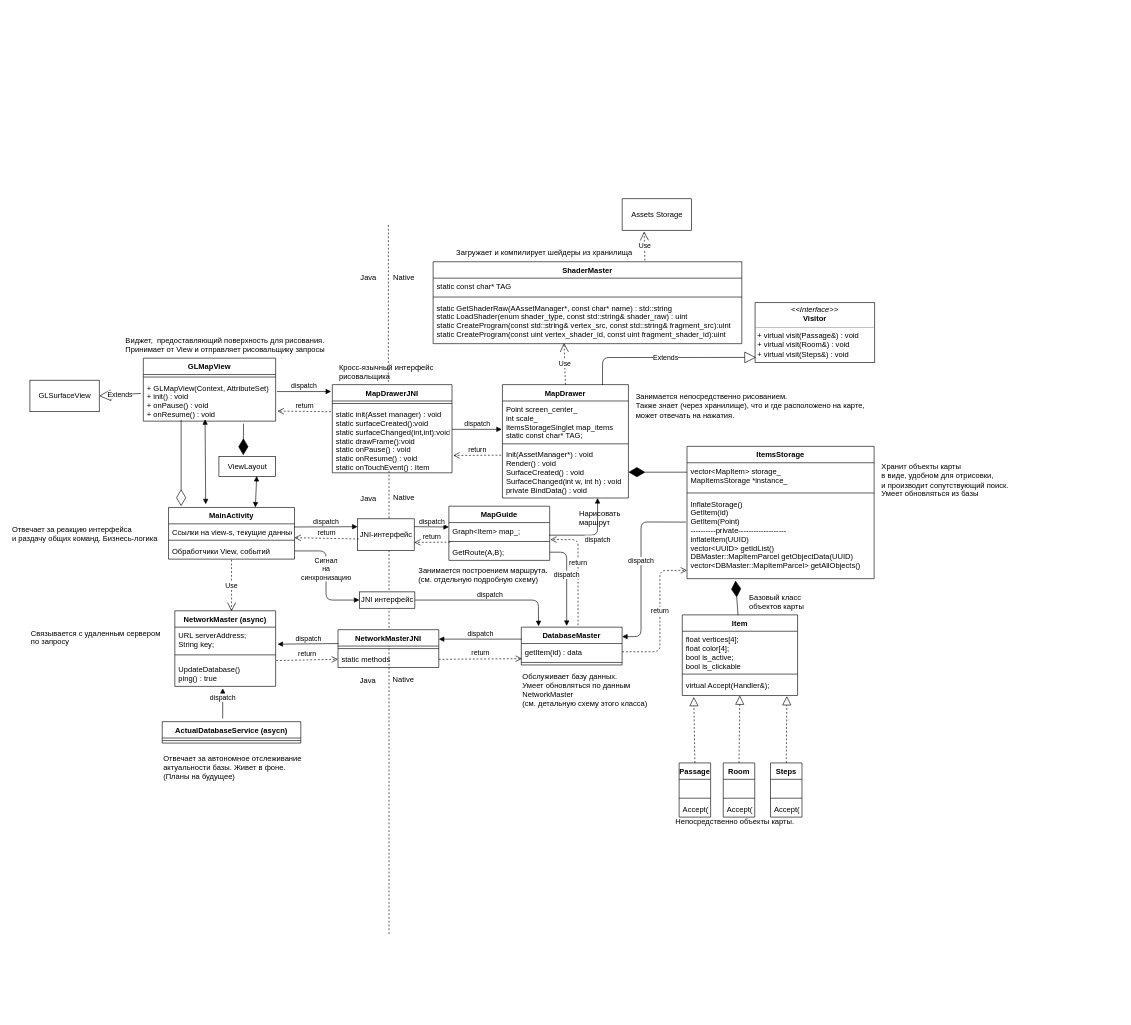
Earlier version of the draw.io diagram Android App/Untitled Diagram.drawio (tamerlanchik/FoxCode). Source tidied: cells renumbered, new cells numbered last; positions are measured from the earlier drawing's top-left corner, leaving out a move shared by most shapes. Both pictures are drawn from the tidied source at 63%, with x=0, y=0 at pixel (11, 198).
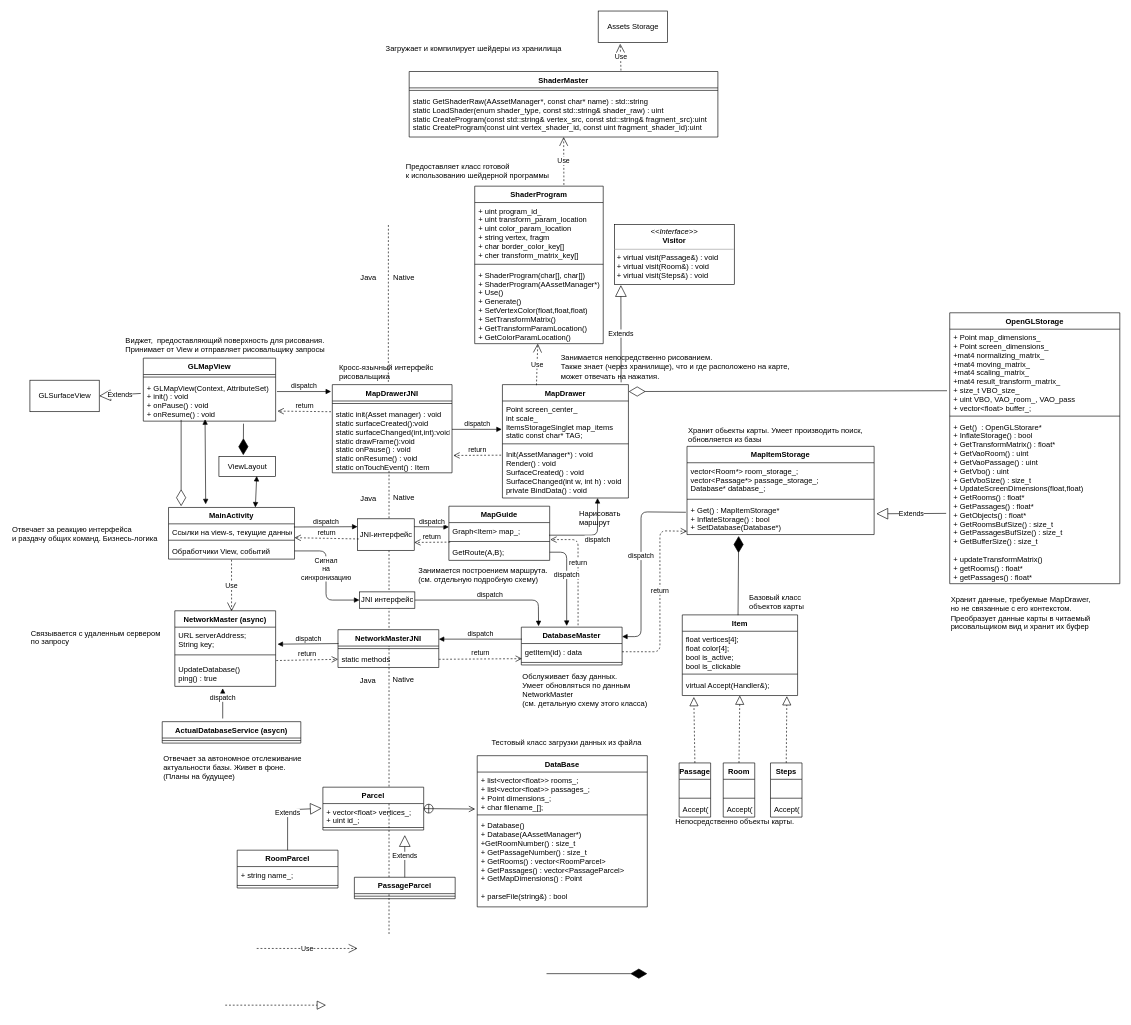
After the change.

The change refers to these unchanged cells:
```xml
<mxCell id="6" value="MapDrawer" style="swimlane;fontStyle=1;align=center;verticalAlign=top;horizontal=1;startSize=26;" parent="1" vertex="1">
  <mxGeometry x="780" y="295" width="200" height="180" as="geometry" />
</mxCell>
<mxCell id="9" value="Init(AssetManager*) : void&#10;Render() : void&#10;SurfaceCreated() : void&#10;SurfaceChanged(int w, int h) : void&#10;private BindData() : void&#10;&#10;" style="text;strokeColor=none;fillColor=none;align=left;verticalAlign=top;spacingLeft=4;spacingRight=4;overflow=hidden;points=[[0,0.5],[1,0.5]];portConstraint=eastwest;" parent="6" vertex="1">
  <mxGeometry y="98" width="200" height="82" as="geometry" />
</mxCell>
<mxCell id="42" value="DatabaseMaster" style="swimlane;fontStyle=1;align=center;verticalAlign=top;horizontal=1;startSize=26;" parent="1" vertex="1">
  <mxGeometry x="810" y="680" width="160" height="60" as="geometry" />
</mxCell>
<mxCell id="43" value="getItem(id) : data" style="text;strokeColor=none;fillColor=none;align=left;verticalAlign=top;spacingLeft=4;spacingRight=4;overflow=hidden;points=[[0,0.5],[1,0.5]];portConstraint=eastwest;" parent="42" vertex="1">
  <mxGeometry y="26" width="160" height="26" as="geometry" />
</mxCell>
```

Change to the diagram source:
```diff
@@
-    <mxCell id="10" value="ItemsStorage&#10;&#10;" style="swimlane;fontStyle=1;align=center;verticalAlign=top;horizontal=1;startSize=26;" parent="1" vertex="1">
-      <mxGeometry x="1073" y="393" width="297" height="210" as="geometry" />
+    <mxCell id="10" value="MapItemStorage&#10;&#10;" style="swimlane;fontStyle=1;align=center;verticalAlign=top;horizontal=1;startSize=26;" parent="1" vertex="1">
+      <mxGeometry x="1073" y="393" width="297" height="140" as="geometry" />
     </mxCell>
-    <mxCell id="11" value="vector&lt;MapItem&gt; storage_&#10;MapItemsStorage *instance_" style="text;strokeColor=none;fillColor=none;align=left;verticalAlign=top;spacingLeft=4;spacingRight=4;overflow=hidden;" parent="10" vertex="1">
-      <mxGeometry y="26" width="297" height="44" as="geometry" />
+    <mxCell id="11" value="vector&lt;Room*&gt; room_storage_;&#10;vector&lt;Passage*&gt; passage_storage_; &#10;Database* database_;&#10;&#10;" style="text;strokeColor=none;fillColor=none;align=left;verticalAlign=top;spacingLeft=4;spacingRight=4;overflow=hidden;" parent="10" vertex="1">
+      <mxGeometry y="26" width="297" height="54" as="geometry" />
     </mxCell>
     <mxCell id="12" style="line;strokeWidth=1;fillColor=none;align=left;verticalAlign=middle;spacingTop=-1;spacingLeft=3;spacingRight=3;labelPosition=right;" parent="10" vertex="1">
-      <mxGeometry y="70" width="297" height="8" as="geometry" />
+      <mxGeometry y="80" width="297" height="8" as="geometry" />
     </mxCell>
-    <mxCell id="13" value="InflateStorage()&#10;GetItem(id)&#10;GetItem(Point)&#10;----------private-------------------&#10;inflateItem(UUID)&#10;vector&lt;UUID&gt; getIdList()&#10;DBMaster::MapItemParcel getObjectData(UUID)&#10;vector&lt;DBMaster::MapItemParcel&gt; getAllObjects()&#10;" style="text;strokeColor=none;fillColor=none;align=left;verticalAlign=top;spacingLeft=4;spacingRight=4;overflow=hidden;points=[[0,0.5],[1,0.5]];portConstraint=eastwest;" parent="10" vertex="1">
-      <mxGeometry y="78" width="297" height="132" as="geometry" />
+    <mxCell id="13" value="+ Get() : MapItemStorage*&#10;+ InflateStorage() : bool&#10;+ SetDatabase(Database*)&#10;" style="text;strokeColor=none;fillColor=none;align=left;verticalAlign=top;spacingLeft=4;spacingRight=4;overflow=hidden;points=[[0,0.5],[1,0.5]];portConstraint=eastwest;" parent="10" vertex="1">
+      <mxGeometry y="88" width="297" height="52" as="geometry" />
     </mxCell>
@@
-    <mxCell id="18" style="endArrow=diamondThin;endFill=1;endSize=24;html=1;" parent="1" edge="1">
+    <mxCell id="18" style="endArrow=diamondThin;endFill=1;endSize=24;html=1;entryX=0.276;entryY=1.045;entryDx=0;entryDy=0;entryPerimeter=0;" parent="1" edge="1" target="13">
       <mxGeometry relative="1" as="geometry">
         <mxPoint x="1154" y="661" as="sourcePoint" />
-        <mxPoint x="1150" y="606" as="targetPoint" />
       </mxGeometry>
     </mxCell>
@@
     <mxCell id="55" value="ShaderMaster" style="swimlane;fontStyle=1;align=center;verticalAlign=top;horizontal=1;startSize=26;" parent="1" vertex="1">
-      <mxGeometry x="670" y="100" width="490" height="130" as="geometry" />
+      <mxGeometry x="632" y="-202" width="490" height="104" as="geometry" />
     </mxCell>
-    <mxCell id="56" value="static const char* TAG" style="text;strokeColor=none;fillColor=none;align=left;verticalAlign=top;spacingLeft=4;spacingRight=4;overflow=hidden;" parent="55" vertex="1">
-      <mxGeometry y="26" width="490" height="26" as="geometry" />
-    </mxCell>
     <mxCell id="57" style="line;strokeWidth=1;fillColor=none;align=left;verticalAlign=middle;spacingTop=-1;spacingLeft=3;spacingRight=3;labelPosition=right;" parent="55" vertex="1">
-      <mxGeometry y="52" width="490" height="8" as="geometry" />
+      <mxGeometry y="26" width="490" height="8" as="geometry" />
     </mxCell>
     <mxCell id="58" value="static GetShaderRaw(AAssetManager*, const char* name) : std::string&#10;static LoadShader(enum shader_type, const std::string&amp; shader_raw) : uint&#10;static CreateProgram(const std::string&amp; vertex_src, const std::string&amp; fragment_src):uint&#10;static CreateProgram(const uint vertex_shader_id, const uint fragment_shader_id):uint&#10;" style="text;strokeColor=none;fillColor=none;align=left;verticalAlign=top;spacingLeft=4;spacingRight=4;overflow=hidden;points=[[0,0.5],[1,0.5]];portConstraint=eastwest;" parent="55" vertex="1">
-      <mxGeometry y="60" width="490" height="70" as="geometry" />
+      <mxGeometry y="34" width="490" height="70" as="geometry" />
     </mxCell>
-    <mxCell id="59" value="Use" style="endArrow=open;endSize=12;dashed=1;html=1;exitX=0.5;exitY=0;exitDx=0;exitDy=0;entryX=0.424;entryY=0.986;entryDx=0;entryDy=0;entryPerimeter=0;" parent="1" edge="1" source="6" target="58">
-      <mxGeometry relative="1" as="geometry" />
-    </mxCell>
@@
     <mxCell id="70" value="Assets Storage" style="html=1;" parent="1" vertex="1">
-      <mxGeometry x="970" width="110" height="50" as="geometry" />
+      <mxGeometry x="932" y="-298" width="110" height="50" as="geometry" />
     </mxCell>
@@
     <mxCell id="78" value="Занимается непосредственно рисованием.&lt;br&gt;Также знает (через хранилище), что и где расположено на карте,&lt;br&gt;может отвечать на нажатия.&lt;br&gt;" style="text;html=1;align=left;verticalAlign=top;spacingTop=-4;" parent="1" vertex="1">
-      <mxGeometry x="990" y="305" width="380" height="40" as="geometry" />
+      <mxGeometry x="870.5" y="242.5" width="380" height="40" as="geometry" />
     </mxCell>
     <mxCell id="79" value="Загружает и компилирует шейдеры из хранилища" style="text;html=1;align=left;verticalAlign=top;spacingTop=-4;" parent="1" vertex="1">
-      <mxGeometry x="705" y="76" width="290" height="20" as="geometry" />
+      <mxGeometry x="593" y="-248" width="290" height="20" as="geometry" />
     </mxCell>
-    <mxCell id="80" value="Хранит объекты карты&lt;br&gt;в виде, удобном для отрисовки,&lt;br&gt;и производит сопутствующий поиск.&lt;br&gt;Умеет обновляться из базы&lt;br&gt;" style="text;html=1;align=left;verticalAlign=top;spacingTop=-4;" parent="1" vertex="1">
-      <mxGeometry x="1380" y="415.5" width="220" height="60" as="geometry" />
+    <mxCell id="80" value="Хранит обьекты карты. Умеет производить поиск,&lt;br&gt;обновляется из базы&lt;br&gt;" style="text;html=1;align=left;verticalAlign=top;spacingTop=-4;" parent="1" vertex="1">
+      <mxGeometry x="1073" y="359" width="290" height="30" as="geometry" />
     </mxCell>
@@
     <mxCell id="97" value="return" style="html=1;verticalAlign=bottom;endArrow=open;dashed=1;endSize=8;exitX=1;exitY=0.5;exitDx=0;exitDy=0;entryX=0;entryY=0.9;entryDx=0;entryDy=0;entryPerimeter=0;" parent="1" edge="1" source="43" target="13">
       <mxGeometry relative="1" as="geometry">
         <Array as="points">
           <mxPoint x="1030" y="719" />
-          <mxPoint x="1030" y="590" />
+          <mxPoint x="1030" y="527" />
         </Array>
       </mxGeometry>
     </mxCell>
@@
     <mxCell id="100" value="dispatch" style="html=1;verticalAlign=bottom;endArrow=block;exitX=-0.006;exitY=0.32;exitDx=0;exitDy=0;exitPerimeter=0;entryX=1;entryY=0.25;entryDx=0;entryDy=0;" parent="1" edge="1" source="13" target="42">
       <mxGeometry relative="1" as="geometry">
         <Array as="points">
-          <mxPoint x="1000" y="513" />
+          <mxPoint x="1000" y="497" />
           <mxPoint x="1000" y="695" />
         </Array>
       </mxGeometry>
     </mxCell>
@@
-    <mxCell id="114" style="endArrow=diamondThin;endFill=1;endSize=24;html=1;entryX=1;entryY=0.5;entryDx=0;entryDy=0;" parent="1" edge="1" target="9">
-      <mxGeometry relative="1" as="geometry">
-        <mxPoint x="1073" y="434" as="sourcePoint" />
-      </mxGeometry>
-    </mxCell>
     <mxCell id="115" value="&lt;p style=&quot;margin: 0px ; margin-top: 4px ; text-align: center&quot;&gt;&lt;i&gt;&amp;lt;&amp;lt;Interface&amp;gt;&amp;gt;&lt;/i&gt;&lt;br&gt;&lt;b&gt;Visitor&lt;/b&gt;&lt;/p&gt;&lt;hr size=&quot;1&quot;&gt;&lt;p style=&quot;margin: 0px ; margin-left: 4px&quot;&gt;&lt;span&gt;+ virtual visit(Passage&amp;amp;) : void&lt;/span&gt;&lt;/p&gt;&lt;p style=&quot;margin: 0px ; margin-left: 4px&quot;&gt;&lt;span&gt;+ virtual visit(Room&amp;amp;) : void&lt;/span&gt;&lt;/p&gt;&lt;p style=&quot;margin: 0px ; margin-left: 4px&quot;&gt;&lt;span&gt;+ virtual visit(Steps&amp;amp;) : void&lt;/span&gt;&lt;/p&gt;" style="verticalAlign=top;align=left;overflow=fill;fontSize=12;fontFamily=Helvetica;html=1;" parent="1" vertex="1">
-      <mxGeometry x="1181" y="165" width="190" height="95" as="geometry" />
+      <mxGeometry x="958" y="41" width="190" height="95" as="geometry" />
     </mxCell>
-    <mxCell id="116" value="Extends" style="endArrow=block;endSize=16;endFill=0;html=1;exitX=0.794;exitY=0.004;exitDx=0;exitDy=0;exitPerimeter=0;entryX=0.009;entryY=0.914;entryDx=0;entryDy=0;entryPerimeter=0;" parent="1" edge="1" source="6" target="115">
+    <mxCell id="116" value="Extends" style="endArrow=block;endSize=16;endFill=0;html=1;exitX=0.942;exitY=-0.02;exitDx=0;exitDy=0;exitPerimeter=0;" parent="1" edge="1" source="6">
       <mxGeometry relative="1" as="geometry">
-        <Array as="points">
-          <mxPoint x="939" y="252" />
-        </Array>
+        <mxPoint x="968" y="137" as="targetPoint" />
       </mxGeometry>
     </mxCell>
+    <mxCell id="117" value="ShaderProgram" style="swimlane;fontStyle=1;align=center;verticalAlign=top;horizontal=1;startSize=26;" parent="1" vertex="1">
+      <mxGeometry x="736" y="-20" width="204" height="250" as="geometry" />
+    </mxCell>
+    <mxCell id="118" value="+ uint program_id_&#10;+ uint transform_param_location&#10;+ uint color_param_location&#10;+ string vertex, fragm&#10;+ char border_color_key[]&#10;+ cher transform_matrix_key[]" style="text;strokeColor=none;fillColor=none;align=left;verticalAlign=top;spacingLeft=4;spacingRight=4;overflow=hidden;" parent="117" vertex="1">
+      <mxGeometry y="26" width="204" height="94" as="geometry" />
+    </mxCell>
+    <mxCell id="119" style="line;strokeWidth=1;fillColor=none;align=left;verticalAlign=middle;spacingTop=-1;spacingLeft=3;spacingRight=3;labelPosition=right;" parent="117" vertex="1">
+      <mxGeometry y="120" width="204" height="8" as="geometry" />
+    </mxCell>
+    <mxCell id="120" value="+ ShaderProgram(char[], char[])&#10;+ ShaderProgram(AAssetManager*)&#10;+ Use()&#10;+ Generate()&#10;+ SetVertexColor(float,float,float)&#10;+ SetTransformMatrix()&#10;+ GetTransformParamLocation()&#10;+ GetColorParamLocation()&#10;" style="text;strokeColor=none;fillColor=none;align=left;verticalAlign=top;spacingLeft=4;spacingRight=4;overflow=hidden;points=[[0,0.5],[1,0.5]];portConstraint=eastwest;" parent="117" vertex="1">
+      <mxGeometry y="128" width="204" height="122" as="geometry" />
+    </mxCell>
+    <mxCell id="121" value="Предоставляет класс готовой&lt;br&gt;к использованию шейдерной программы" style="text;html=1;align=left;verticalAlign=top;spacingTop=-4;" parent="1" vertex="1">
+      <mxGeometry x="625" y="-60" width="240" height="30" as="geometry" />
+    </mxCell>
+    <mxCell id="122" value="Use" style="endArrow=open;endSize=12;dashed=1;html=1;" parent="1" edge="1">
+      <mxGeometry relative="1" as="geometry">
+        <mxPoint x="390" y="1190" as="sourcePoint" />
+        <mxPoint x="550" y="1190" as="targetPoint" />
+      </mxGeometry>
+    </mxCell>
+    <mxCell id="123" value="Use" style="endArrow=open;endSize=12;dashed=1;html=1;exitX=0.694;exitY=-0.008;exitDx=0;exitDy=0;exitPerimeter=0;" parent="1" edge="1" source="117" target="58">
+      <mxGeometry relative="1" as="geometry" />
+    </mxCell>
+    <mxCell id="124" value="Use" style="endArrow=open;endSize=12;dashed=1;html=1;" parent="1" edge="1" target="120">
+      <mxGeometry relative="1" as="geometry">
+        <mxPoint x="834" y="296" as="sourcePoint" />
+      </mxGeometry>
+    </mxCell>
+    <mxCell id="125" value="OpenGLStorage" style="swimlane;fontStyle=1;align=center;verticalAlign=top;horizontal=1;startSize=26;" parent="1" vertex="1">
+      <mxGeometry x="1490" y="181" width="270" height="430" as="geometry" />
+    </mxCell>
+    <mxCell id="126" value="+ Point map_dimensions_&#10;+ Point screen_dimensions_&#10;+mat4 normalizing_matrix_&#10;+mat4 moving_matrix_&#10;+mat4 scaling_matrix_&#10;+mat4 result_transform_matrix_&#10;+ size_t VBO_size_&#10;+ uint VBO, VAO_room_, VAO_pass&#10;+ vector&lt;float&gt; buffer_;" style="text;strokeColor=none;fillColor=none;align=left;verticalAlign=top;spacingLeft=4;spacingRight=4;overflow=hidden;points=[[0,0.5],[1,0.5]];portConstraint=eastwest;" parent="125" vertex="1">
+      <mxGeometry y="26" width="270" height="134" as="geometry" />
+    </mxCell>
+    <mxCell id="127" style="line;strokeWidth=1;fillColor=none;align=left;verticalAlign=middle;spacingTop=-1;spacingLeft=3;spacingRight=3;labelPosition=right;" parent="125" vertex="1">
+      <mxGeometry y="160" width="270" height="8" as="geometry" />
+    </mxCell>
+    <mxCell id="128" value="+ Get()  : OpenGLStorare*&#10;+ InflateStorage() : bool&#10;+ GetTransformMatrix() : float*&#10;+ GetVaoRoom() : uint&#10;+ GetVaoPassage() : uint&#10;+ GetVbo() : uint&#10;+ GetVboSize() : size_t&#10;+ UpdateScreenDimensions(float,float)&#10;+ GetRooms() : float*&#10;+ GetPassages() : float*&#10;+ GetObjects() : float*&#10;+ GetRoomsBufSize() : size_t&#10;+ GetPassagesBufSize() : size_t&#10;+ GetBufferSize() : size_t&#10;&#10;+ updateTransformMatrix()&#10;+ getRooms() : float*&#10;+ getPassages() : float*&#10;" style="text;strokeColor=none;fillColor=none;align=left;verticalAlign=top;spacingLeft=4;spacingRight=4;overflow=hidden;points=[[0,0.5],[1,0.5]];portConstraint=eastwest;" parent="125" vertex="1">
+      <mxGeometry y="168" width="270" height="262" as="geometry" />
+    </mxCell>
+    <mxCell id="129" style="endArrow=diamondThin;endFill=1;endSize=24;html=1;" parent="1" edge="1">
+      <mxGeometry relative="1" as="geometry">
+        <mxPoint x="850" y="1230" as="sourcePoint" />
+        <mxPoint x="1010" y="1230" as="targetPoint" />
+      </mxGeometry>
+    </mxCell>
+    <mxCell id="130" style="endArrow=diamondThin;endFill=0;endSize=24;html=1;entryX=1.002;entryY=0.061;entryDx=0;entryDy=0;entryPerimeter=0;exitX=-0.016;exitY=0.729;exitDx=0;exitDy=0;exitPerimeter=0;" parent="1" edge="1" source="126" target="6">
+      <mxGeometry relative="1" as="geometry" />
+    </mxCell>
+    <mxCell id="131" value="Extends" style="endArrow=block;endSize=16;endFill=0;html=1;entryX=1.012;entryY=0.366;entryDx=0;entryDy=0;entryPerimeter=0;exitX=-0.021;exitY=0.574;exitDx=0;exitDy=0;exitPerimeter=0;" parent="1" edge="1" source="128" target="13">
+      <mxGeometry relative="1" as="geometry" />
+    </mxCell>
+    <mxCell id="132" value="Хранит данные, требуемые MapDrawer,&amp;nbsp;&lt;br&gt;но не связанные с его контекстом.&lt;br&gt;Преобразует данные карты в читаемый&lt;br&gt;рисовальщиком вид и хранит их буфер&lt;br&gt;" style="text;html=1;align=left;verticalAlign=top;spacingTop=-4;" parent="1" vertex="1">
+      <mxGeometry x="1490" y="626.5" width="240" height="60" as="geometry" />
+    </mxCell>
+    <mxCell id="133" value="DataBase" style="swimlane;fontStyle=1;align=center;verticalAlign=top;horizontal=1;startSize=26;" parent="1" vertex="1">
+      <mxGeometry x="740" y="884" width="270" height="240" as="geometry" />
+    </mxCell>
+    <mxCell id="134" value="+ list&lt;vector&lt;float&gt;&gt; rooms_;&#10;+ list&lt;vector&lt;float&gt;&gt; passages_;&#10;+ Point dimensions_;&#10;+ char filename_[];&#10;" style="text;strokeColor=none;fillColor=none;align=left;verticalAlign=top;spacingLeft=4;spacingRight=4;overflow=hidden;points=[[0,0.5],[1,0.5]];portConstraint=eastwest;" parent="133" vertex="1">
+      <mxGeometry y="26" width="270" height="64" as="geometry" />
+    </mxCell>
+    <mxCell id="135" style="line;strokeWidth=1;fillColor=none;align=left;verticalAlign=middle;spacingTop=-1;spacingLeft=3;spacingRight=3;labelPosition=right;" parent="133" vertex="1">
+      <mxGeometry y="90" width="270" height="8" as="geometry" />
+    </mxCell>
+    <mxCell id="136" value="+ Database()&#10;+ Database(AAssetManager*)&#10;+GetRoomNumber() : size_t&#10;+ GetPassageNumber() : size_t&#10;+ GetRooms() : vector&lt;RoomParcel&gt;&#10;+ GetPassages() : vector&lt;PassageParcel&gt;&#10;+ GetMapDimensions() : Point&#10;&#10;+ parseFile(string&amp;) : bool&#10;" style="text;strokeColor=none;fillColor=none;align=left;verticalAlign=top;spacingLeft=4;spacingRight=4;overflow=hidden;" parent="133" vertex="1">
+      <mxGeometry y="98" width="270" height="142" as="geometry" />
+    </mxCell>
+    <mxCell id="137" value="Тестовый класс загрузки данных из файла" style="text;html=1;align=left;verticalAlign=top;spacingTop=-4;" parent="1" vertex="1">
+      <mxGeometry x="761" y="853" width="250" height="20" as="geometry" />
+    </mxCell>
+    <mxCell id="138" value="Parcel" style="swimlane;fontStyle=1;align=center;verticalAlign=top;horizontal=1;startSize=26;" parent="1" vertex="1">
+      <mxGeometry x="495" y="934" width="160" height="68" as="geometry" />
+    </mxCell>
+    <mxCell id="139" value="+ vector&lt;float&gt; vertices_;&#10;+ uint id_;&#10;" style="text;strokeColor=none;fillColor=none;align=left;verticalAlign=top;spacingLeft=4;spacingRight=4;overflow=hidden;points=[[0,0.5],[1,0.5]];portConstraint=eastwest;" parent="138" vertex="1">
+      <mxGeometry y="26" width="160" height="34" as="geometry" />
+    </mxCell>
+    <mxCell id="140" style="line;strokeWidth=1;fillColor=none;align=left;verticalAlign=middle;spacingTop=-1;spacingLeft=3;spacingRight=3;labelPosition=right;" parent="138" vertex="1">
+      <mxGeometry y="60" width="160" height="8" as="geometry" />
+    </mxCell>
+    <mxCell id="141" value="RoomParcel" style="swimlane;fontStyle=1;align=center;verticalAlign=top;horizontal=1;startSize=26;" parent="1" vertex="1">
+      <mxGeometry x="359" y="1034" width="160" height="60" as="geometry" />
+    </mxCell>
+    <mxCell id="142" value="+ string name_;" style="text;strokeColor=none;fillColor=none;align=left;verticalAlign=top;spacingLeft=4;spacingRight=4;overflow=hidden;" parent="141" vertex="1">
+      <mxGeometry y="26" width="160" height="26" as="geometry" />
+    </mxCell>
+    <mxCell id="143" style="line;strokeWidth=1;fillColor=none;align=left;verticalAlign=middle;spacingTop=-1;spacingLeft=3;spacingRight=3;labelPosition=right;" parent="141" vertex="1">
+      <mxGeometry y="52" width="160" height="8" as="geometry" />
+    </mxCell>
+    <mxCell id="144" value="PassageParcel" style="swimlane;fontStyle=1;align=center;verticalAlign=top;horizontal=1;startSize=26;" parent="1" vertex="1">
+      <mxGeometry x="545" y="1077" width="160" height="34" as="geometry" />
+    </mxCell>
+    <mxCell id="145" style="line;strokeWidth=1;fillColor=none;align=left;verticalAlign=middle;spacingTop=-1;spacingLeft=3;spacingRight=3;labelPosition=right;" parent="144" vertex="1">
+      <mxGeometry y="26" width="160" height="8" as="geometry" />
+    </mxCell>
+    <mxCell id="146" style="endArrow=block;dashed=1;endFill=0;endSize=12;html=1;" parent="1" edge="1">
+      <mxGeometry relative="1" as="geometry">
+        <mxPoint x="340" y="1280" as="sourcePoint" />
+        <mxPoint x="500" y="1280" as="targetPoint" />
+      </mxGeometry>
+    </mxCell>
+    <mxCell id="147" value="Extends" style="endArrow=block;endSize=16;endFill=0;html=1;entryX=-0.011;entryY=0.223;entryDx=0;entryDy=0;entryPerimeter=0;" parent="1" edge="1" source="141" target="139">
+      <mxGeometry relative="1" as="geometry">
+        <Array as="points">
+          <mxPoint x="439" y="970" />
+        </Array>
+      </mxGeometry>
+    </mxCell>
+    <mxCell id="148" value="Extends" style="endArrow=block;endSize=16;endFill=0;html=1;" parent="1" edge="1" source="144">
+      <mxGeometry relative="1" as="geometry">
+        <mxPoint x="625" y="1010" as="targetPoint" />
+      </mxGeometry>
+    </mxCell>
+    <mxCell id="149" style="endArrow=open;startArrow=circlePlus;endFill=0;startFill=0;endSize=8;html=1;exitX=1;exitY=0.5;exitDx=0;exitDy=0;entryX=-0.012;entryY=0.917;entryDx=0;entryDy=0;entryPerimeter=0;" parent="1" edge="1" source="138" target="134">
+      <mxGeometry relative="1" as="geometry" />
+    </mxCell>
```
